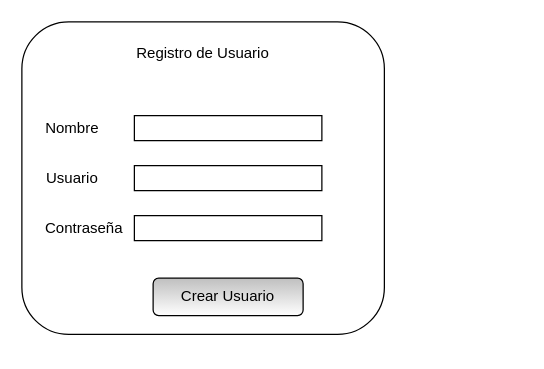
The draw.io diagram page "3-Registro Docente" (3 of 16) of Formularios.drawio in fdearmas96/ObligatorioP1, before the edit. Source tidied: cells renumbered, new cells numbered last; positions are measured from the earlier drawing's top-left corner, leaving out a move shared by most shapes. Both pictures are drawn from the tidied source at 125%, with x=0, y=0 at pixel (21, 21).
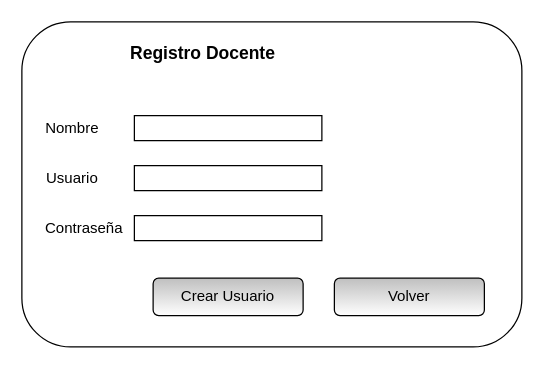
The same diagram, later.

Diff of the diagram source:
```diff
@@
 <mxGraphModel>
   <root>
     <mxCell id="0" />
     <mxCell id="1" parent="0" />
     <mxCell id="2" style="rounded=1;whiteSpace=wrap;html=1;" parent="1" vertex="1">
-      <mxGeometry width="290" height="250" as="geometry" />
+      <mxGeometry width="400" height="260" as="geometry" />
     </mxCell>
     <mxCell id="3" style="verticalLabelPosition=bottom;verticalAlign=top;html=1;shape=mxgraph.basic.rect;fillColor2=none;strokeWidth=1;size=20;indent=5;" parent="1" vertex="1">
       <mxGeometry x="90" y="75" width="150" height="20" as="geometry" />
     </mxCell>
     <mxCell id="4" value="Nombre" style="text;html=1;align=center;verticalAlign=middle;strokeColor=none;" parent="1" vertex="1">
       <mxGeometry x="10" y="75" width="60" height="20" as="geometry" />
     </mxCell>
     <mxCell id="5" style="verticalLabelPosition=bottom;verticalAlign=top;html=1;shape=mxgraph.basic.rect;fillColor2=none;strokeWidth=1;size=20;indent=5;" parent="1" vertex="1">
       <mxGeometry x="90" y="115" width="150" height="20" as="geometry" />
     </mxCell>
     <mxCell id="6" value="Usuario" style="text;html=1;align=center;verticalAlign=middle;strokeColor=none;" parent="1" vertex="1">
       <mxGeometry x="10" y="115" width="60" height="20" as="geometry" />
     </mxCell>
     <mxCell id="7" style="verticalLabelPosition=bottom;verticalAlign=top;html=1;shape=mxgraph.basic.rect;fillColor2=none;strokeWidth=1;size=20;indent=5;" parent="1" vertex="1">
       <mxGeometry x="90" y="155" width="150" height="20" as="geometry" />
     </mxCell>
     <mxCell id="8" value="Contraseña" style="text;html=1;strokeColor=none;fillColor=none;align=center;verticalAlign=middle;whiteSpace=wrap;rounded=0;" parent="1" vertex="1">
       <mxGeometry x="30" y="155" width="40" height="20" as="geometry" />
     </mxCell>
     <mxCell id="9" value="Crear Usuario" style="rounded=1;whiteSpace=wrap;html=1;gradientColor=#ffffff;fillColor=#BFBFBF;" parent="1" vertex="1">
       <mxGeometry x="105" y="205" width="120" height="30" as="geometry" />
     </mxCell>
-    <mxCell id="10" value="Registro de Usuario" style="text;html=1;strokeColor=none;fillColor=none;align=center;verticalAlign=middle;whiteSpace=wrap;rounded=0;" parent="1" vertex="1">
+    <mxCell id="10" value="&lt;b&gt;&lt;font style=&quot;font-size: 14px&quot;&gt;Registro Docente&lt;/font&gt;&lt;/b&gt;" style="text;html=1;strokeColor=none;fillColor=none;align=center;verticalAlign=middle;whiteSpace=wrap;rounded=0;" parent="1" vertex="1">
       <mxGeometry x="65" y="15" width="160" height="20" as="geometry" />
     </mxCell>
+    <mxCell id="11" value="Volver" style="rounded=1;whiteSpace=wrap;html=1;gradientColor=#ffffff;fillColor=#BFBFBF;" parent="1" vertex="1">
+      <mxGeometry x="250" y="205" width="120" height="30" as="geometry" />
+    </mxCell>
   </root>
 </mxGraphModel>
```
